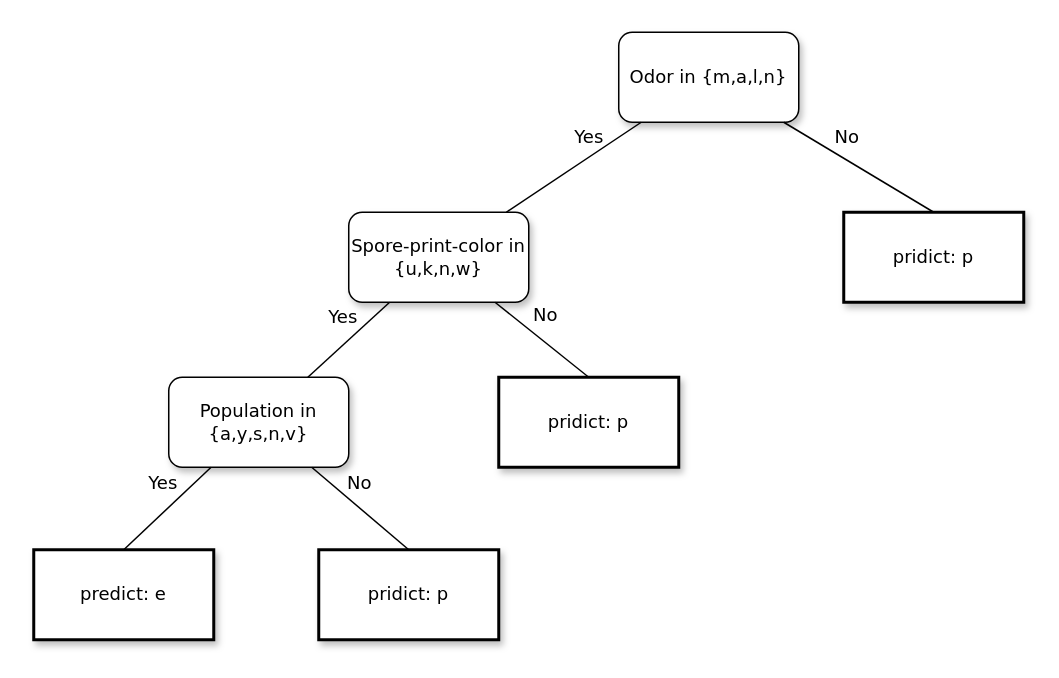
Before: test-img/dt-mushroom.drawio in clock2125/image-hosting, a draw.io diagram. Source tidied: cells renumbered, new cells numbered last; positions are measured from the earlier drawing's top-left corner, leaving out a move shared by most shapes. Both pictures are drawn from the tidied source at 150%, with x=0, y=0 at pixel (33, 32).
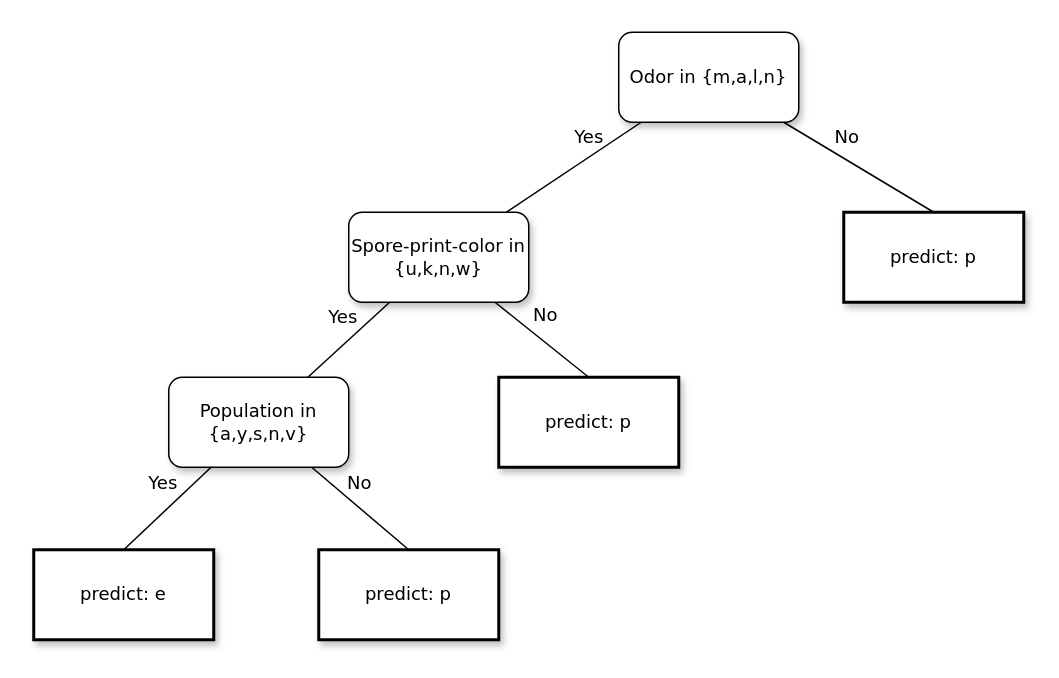
The same diagram, later.

The edit, as a diff of the source:
```diff
@@
 <mxGraphModel>
   <root>
     <mxCell id="0" />
     <mxCell id="1" parent="0" />
     <mxCell id="2" value="Odor in {m,a,l,n}" style="whiteSpace=wrap;html=1;rounded=1;shadow=1;labelBackgroundColor=none;strokeWidth=1;fontFamily=Verdana;fontSize=12;align=center;" parent="1" vertex="1">
       <mxGeometry x="390" width="120" height="60" as="geometry" />
     </mxCell>
     <mxCell id="3" value="Spore-print-color in {u,k,n,w}" style="whiteSpace=wrap;html=1;rounded=1;shadow=1;labelBackgroundColor=none;strokeWidth=1;fontFamily=Verdana;fontSize=12;align=center;" parent="1" vertex="1">
       <mxGeometry x="210" y="120" width="120" height="60" as="geometry" />
     </mxCell>
     <mxCell id="4" value="No" style="rounded=0;html=1;labelBackgroundColor=none;startArrow=none;startFill=0;startSize=5;endArrow=none;endFill=0;endSize=5;jettySize=auto;strokeWidth=1;fontFamily=Verdana;fontSize=12;entryX=0.5;entryY=0;entryDx=0;entryDy=0;" parent="1" edge="1" source="2" target="7">
       <mxGeometry x="-0.3" y="13" relative="1" as="geometry" />
     </mxCell>
     <mxCell id="5" value="Yes" style="rounded=0;html=1;labelBackgroundColor=none;startArrow=none;startFill=0;startSize=5;endArrow=none;endFill=0;endSize=5;jettySize=auto;strokeWidth=1;fontFamily=Verdana;fontSize=12;" parent="1" edge="1" source="2" target="3">
       <mxGeometry x="-0.36" y="-11" relative="1" as="geometry" />
     </mxCell>
     <mxCell id="6" value="Population in {a,y,s,n,v}" style="whiteSpace=wrap;html=1;rounded=1;shadow=1;labelBackgroundColor=none;strokeWidth=1;fontFamily=Verdana;fontSize=12;align=center;" parent="1" vertex="1">
       <mxGeometry x="90" y="230" width="120" height="60" as="geometry" />
     </mxCell>
-    <mxCell id="7" value="pridict: p" style="whiteSpace=wrap;html=1;rounded=0;shadow=1;labelBackgroundColor=none;strokeWidth=2;fontFamily=Verdana;fontSize=12;align=center;" parent="1" vertex="1">
+    <mxCell id="7" value="predict: p" style="whiteSpace=wrap;html=1;rounded=0;shadow=1;labelBackgroundColor=none;strokeWidth=2;fontFamily=Verdana;fontSize=12;align=center;" parent="1" vertex="1">
       <mxGeometry x="540" y="120" width="120" height="60" as="geometry" />
     </mxCell>
     <mxCell id="8" value="Yes" style="rounded=0;html=1;labelBackgroundColor=none;startArrow=none;startFill=0;startSize=5;endArrow=none;endFill=0;endSize=5;jettySize=auto;strokeWidth=1;fontFamily=Verdana;fontSize=12;" parent="1" edge="1" source="3" target="6">
       <mxGeometry x="-0.2" y="-14" relative="1" as="geometry" />
     </mxCell>
     <mxCell id="9" value="No" style="rounded=0;html=1;labelBackgroundColor=none;startArrow=none;startFill=0;startSize=5;endArrow=none;endFill=0;endSize=5;jettySize=auto;strokeWidth=1;fontFamily=Verdana;fontSize=12;entryX=0.5;entryY=0;entryDx=0;entryDy=0;" parent="1" edge="1" source="3" target="14">
       <mxGeometry x="-0.2" y="14" relative="1" as="geometry" />
     </mxCell>
     <mxCell id="10" value="Yes" style="rounded=0;html=1;labelBackgroundColor=none;startArrow=none;startFill=0;startSize=5;endArrow=none;endFill=0;endSize=5;jettySize=auto;strokeWidth=1;fontFamily=Verdana;fontSize=12;entryX=0.5;entryY=0;entryDx=0;entryDy=0;" parent="1" edge="1" source="6" target="12">
       <mxGeometry x="-0.22" y="-14" relative="1" as="geometry" />
     </mxCell>
     <mxCell id="11" value="No" style="rounded=0;html=1;labelBackgroundColor=none;startArrow=none;startFill=0;startSize=5;endArrow=none;endFill=0;endSize=5;jettySize=auto;strokeWidth=1;fontFamily=Verdana;fontSize=12;entryX=0.5;entryY=0;entryDx=0;entryDy=0;" parent="1" edge="1" source="6" target="13">
       <mxGeometry x="-0.28" y="12" relative="1" as="geometry" />
     </mxCell>
     <mxCell id="12" value="predict: e" style="whiteSpace=wrap;html=1;rounded=0;shadow=1;labelBackgroundColor=none;strokeWidth=2;fontFamily=Verdana;fontSize=12;align=center;" parent="1" vertex="1">
       <mxGeometry y="345" width="120" height="60" as="geometry" />
     </mxCell>
-    <mxCell id="13" value="pridict: p" style="whiteSpace=wrap;html=1;rounded=0;shadow=1;labelBackgroundColor=none;strokeWidth=2;fontFamily=Verdana;fontSize=12;align=center;" parent="1" vertex="1">
+    <mxCell id="13" value="predict: p" style="whiteSpace=wrap;html=1;rounded=0;shadow=1;labelBackgroundColor=none;strokeWidth=2;fontFamily=Verdana;fontSize=12;align=center;" parent="1" vertex="1">
       <mxGeometry x="190" y="345" width="120" height="60" as="geometry" />
     </mxCell>
-    <mxCell id="14" value="pridict: p" style="whiteSpace=wrap;html=1;rounded=0;shadow=1;labelBackgroundColor=none;strokeWidth=2;fontFamily=Verdana;fontSize=12;align=center;" parent="1" vertex="1">
+    <mxCell id="14" value="predict: p" style="whiteSpace=wrap;html=1;rounded=0;shadow=1;labelBackgroundColor=none;strokeWidth=2;fontFamily=Verdana;fontSize=12;align=center;" parent="1" vertex="1">
       <mxGeometry x="310" y="230" width="120" height="60" as="geometry" />
     </mxCell>
   </root>
 </mxGraphModel>
```
